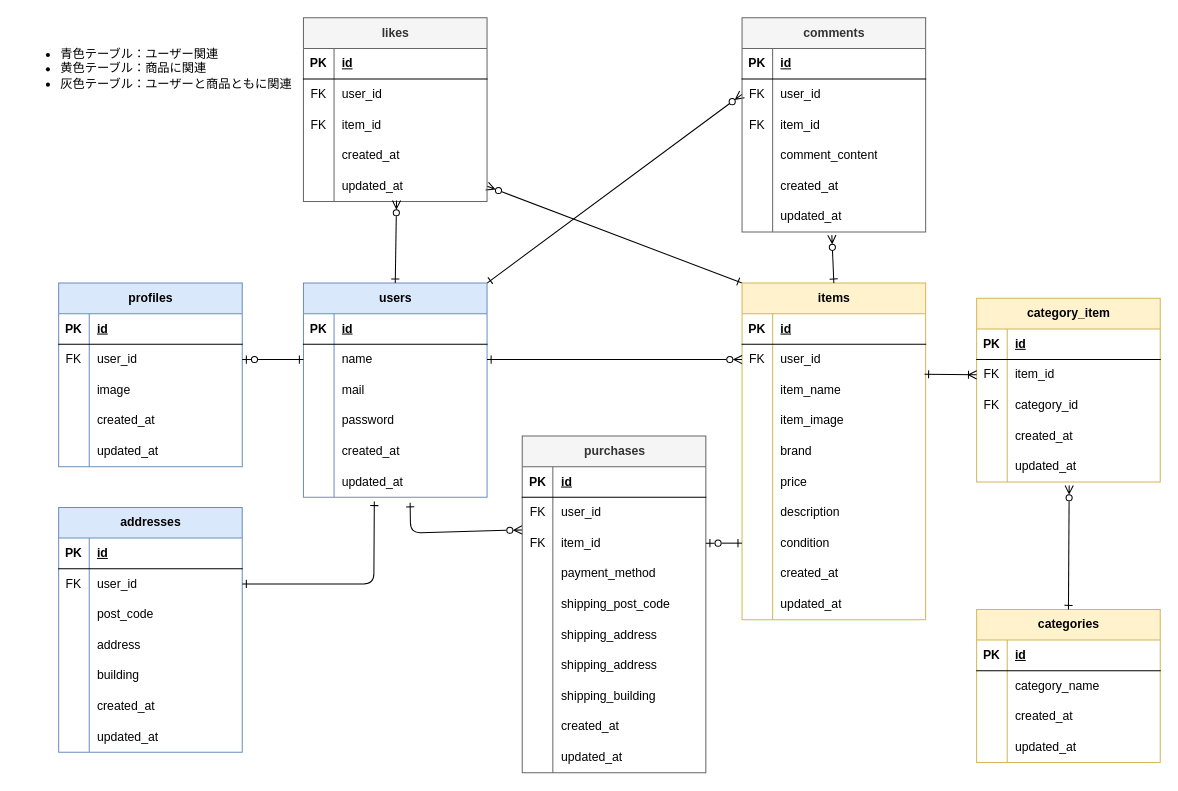
The draw.io diagram flea-market-app.dio in ai2525desu/flea-market-app, before the edit. Source tidied: cells renumbered, new cells numbered last; positions are measured from the earlier drawing's top-left corner, leaving out a move shared by most shapes. Both pictures are drawn from the tidied source at 102%, with x=0, y=0 at pixel (17, 17).
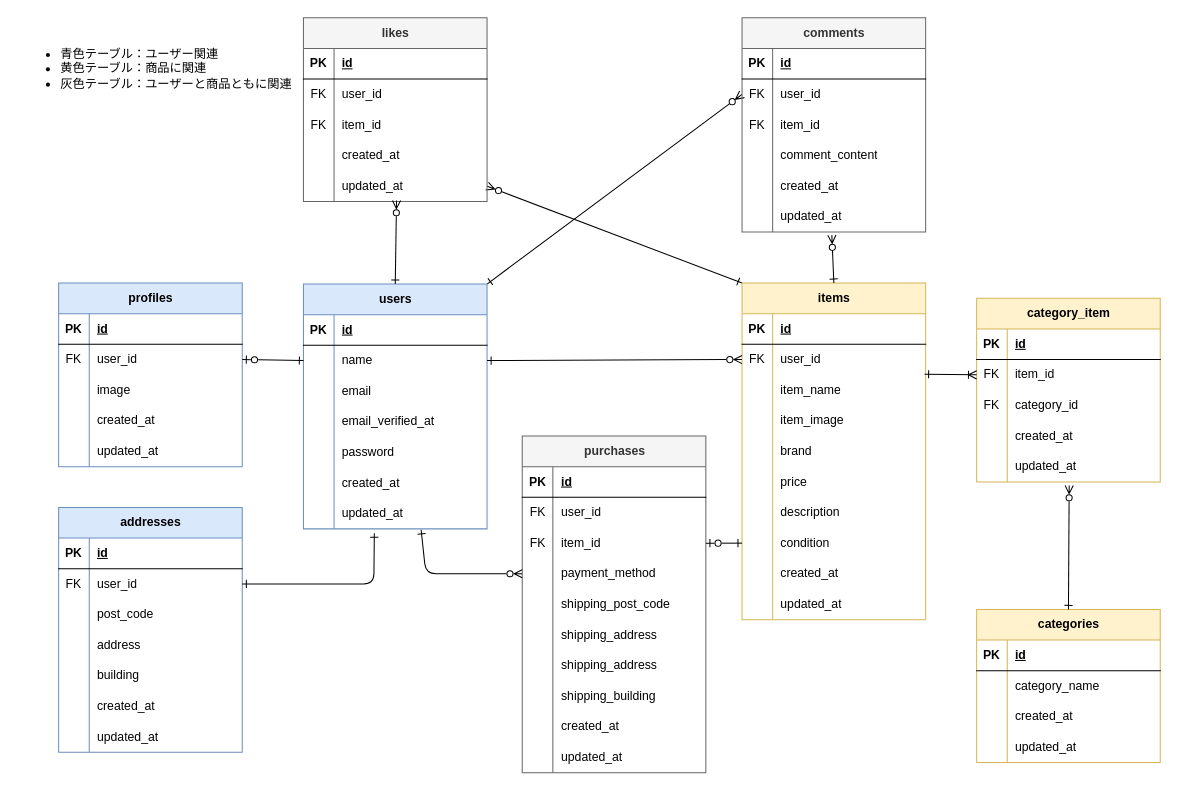
Above is the later version.

Commit message (it also covers changes not shown here):
usersテーブルカラム未記述の部分追加

The change refers to these unchanged cells:
```xml
<mxCell id="11" style="shape=tableRow;horizontal=0;startSize=0;swimlaneHead=0;swimlaneBody=0;fillColor=none;top=0;left=0;right=0;bottom=0;" parent="4" vertex="1">
  <mxGeometry y="90" width="180" height="30" as="geometry" />
</mxCell>
<mxCell id="129" style="shape=tableRow;horizontal=0;startSize=0;swimlaneHead=0;swimlaneBody=0;fillColor=none;points=[[0,0.5],[1,0.5]];portConstraint=eastwest;top=0;left=0;right=0;bottom=0;" parent="122" vertex="1">
  <mxGeometry y="90" width="180" height="30" as="geometry" />
</mxCell>
<mxCell id="132" style="shape=tableRow;horizontal=0;startSize=0;swimlaneHead=0;swimlaneBody=0;fillColor=none;points=[[0,0.5],[1,0.5]];portConstraint=eastwest;top=0;left=0;right=0;bottom=0;" parent="122" vertex="1">
  <mxGeometry y="120" width="180" height="30" as="geometry" />
</mxCell>
```

Diff of the diagram source:
```diff
@@
-    <mxCell id="2" style="edgeStyle=none;html=1;exitX=0.581;exitY=1.181;exitDx=0;exitDy=0;entryX=-0.001;entryY=0.067;entryDx=0;entryDy=0;exitPerimeter=0;startArrow=ERone;startFill=0;endArrow=ERzeroToMany;endFill=0;entryPerimeter=0;" parent="1" edge="1" source="20" target="129">
-      <mxGeometry relative="1" as="geometry">
-        <Array as="points">
-          <mxPoint x="385" y="505" />
-        </Array>
-      </mxGeometry>
-    </mxCell>
@@
     <mxCell id="4" value="users" style="shape=table;startSize=30;childLayout=tableLayout;rowLines=0;fontStyle=1;align=center;html=1;fillColor=#dae8fc;strokeColor=#6c8ebf;" parent="1" vertex="1">
-      <mxGeometry x="280" y="260" width="180" height="210" as="geometry" />
+      <mxGeometry x="280" y="261" width="180" height="240" as="geometry" />
     </mxCell>
@@
-    <mxCell id="13" value="mail" style="shape=partialRectangle;fillColor=none;top=0;left=0;bottom=0;right=0;align=left;spacingLeft=6;overflow=hidden;whiteSpace=wrap;html=1;" parent="11" vertex="1">
+    <mxCell id="13" value="email" style="shape=partialRectangle;fillColor=none;top=0;left=0;bottom=0;right=0;align=left;spacingLeft=6;overflow=hidden;whiteSpace=wrap;html=1;" parent="11" vertex="1">
       <mxGeometry x="30" width="150" height="30" as="geometry" />
     </mxCell>
+    <mxCell id="197" style="shape=tableRow;horizontal=0;startSize=0;swimlaneHead=0;swimlaneBody=0;fillColor=none;top=0;left=0;right=0;bottom=0;" parent="4" vertex="1">
+      <mxGeometry y="120" width="180" height="30" as="geometry" />
+    </mxCell>
+    <mxCell id="198" style="shape=partialRectangle;fillColor=none;top=0;left=0;bottom=0;right=0;overflow=hidden;whiteSpace=wrap;html=1;" parent="197" vertex="1">
+      <mxGeometry width="30" height="30" as="geometry" />
+    </mxCell>
+    <mxCell id="199" value="email_verified_at" style="shape=partialRectangle;fillColor=none;top=0;left=0;bottom=0;right=0;align=left;spacingLeft=6;overflow=hidden;whiteSpace=wrap;html=1;" parent="197" vertex="1">
+      <mxGeometry x="30" width="150" height="30" as="geometry" />
+    </mxCell>
     <mxCell id="14" style="shape=tableRow;horizontal=0;startSize=0;swimlaneHead=0;swimlaneBody=0;fillColor=none;top=0;left=0;right=0;bottom=0;" parent="4" vertex="1">
-      <mxGeometry y="120" width="180" height="30" as="geometry" />
+      <mxGeometry y="150" width="180" height="30" as="geometry" />
     </mxCell>
@@
     <mxCell id="17" style="shape=tableRow;horizontal=0;startSize=0;swimlaneHead=0;swimlaneBody=0;fillColor=none;top=0;left=0;right=0;bottom=0;" parent="4" vertex="1">
-      <mxGeometry y="150" width="180" height="30" as="geometry" />
+      <mxGeometry y="180" width="180" height="30" as="geometry" />
     </mxCell>
@@
     <mxCell id="20" style="shape=tableRow;horizontal=0;startSize=0;swimlaneHead=0;swimlaneBody=0;fillColor=none;points=[[0,0.5],[1,0.5]];portConstraint=eastwest;top=0;left=0;right=0;bottom=0;" parent="4" vertex="1">
-      <mxGeometry y="180" width="180" height="30" as="geometry" />
+      <mxGeometry y="210" width="180" height="30" as="geometry" />
     </mxCell>
@@
+    <mxCell id="200" style="edgeStyle=none;html=1;exitX=0;exitY=0.5;exitDx=0;exitDy=0;entryX=0.641;entryY=1.033;entryDx=0;entryDy=0;entryPerimeter=0;endArrow=ERone;endFill=0;startArrow=ERzeroToMany;startFill=0;" parent="1" edge="1" source="132" target="20">
+      <mxGeometry relative="1" as="geometry">
+        <Array as="points">
+          <mxPoint x="400" y="545" />
+        </Array>
+      </mxGeometry>
+    </mxCell>
```
